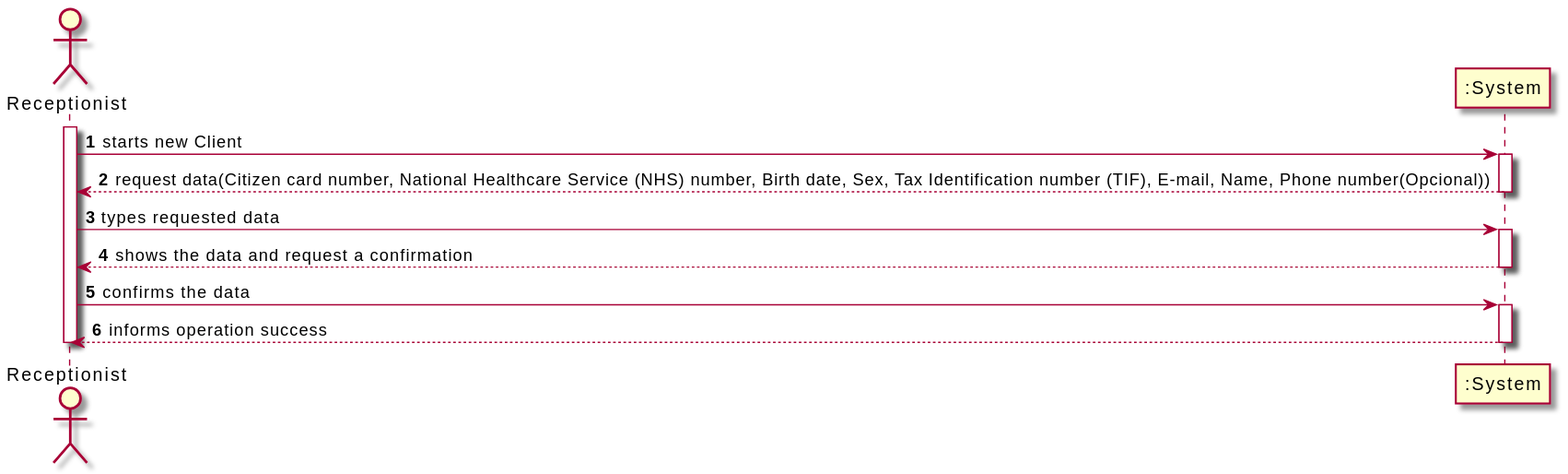
This is docs/SprintB/US3_RegisterClient/US003_SSD.svg from Pedromaia26/LAPR2-ISEP, a PlantUML export, as it was before one commit.
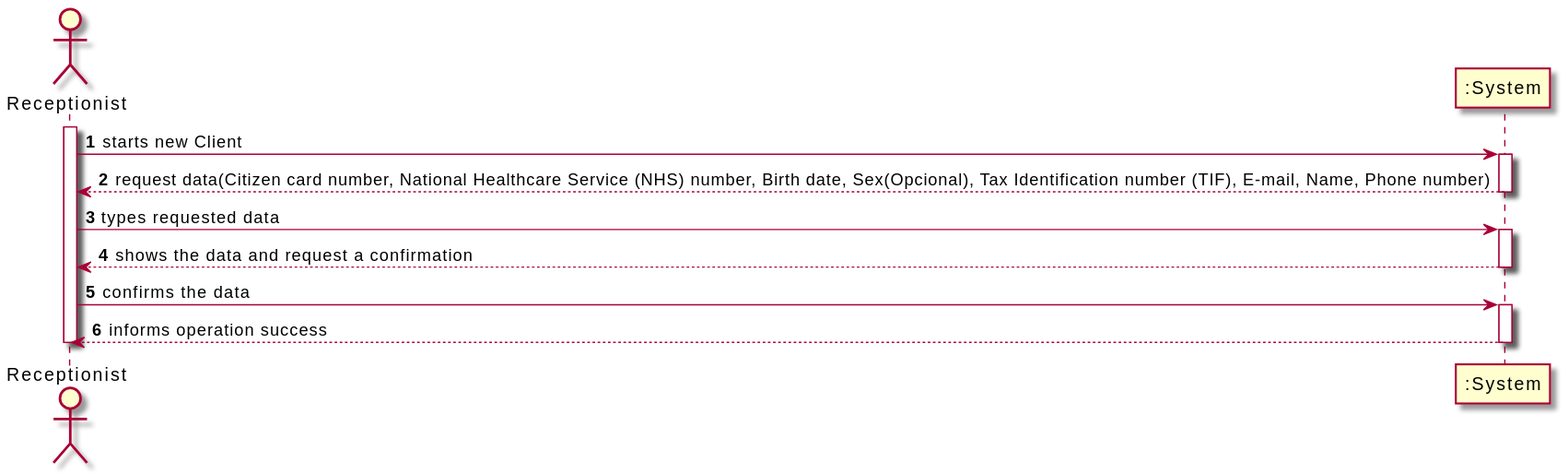
The same file after the commit.

What changed in the source:
```diff
@@ -6,7 +6,7 @@
 activate Adm
 Adm -> System: starts new Client
 activate System
-System --> Adm: request data(Citizen card number, National Healthcare Service (NHS) number, Birth date, Sex, Tax Identification number (TIF), E-mail, Name, Phone number(Opcional))
+System --> Adm: request data(Citizen card number, National Healthcare Service (NHS) number, Birth date, Sex(Opcional), Tax Identification number (TIF), E-mail, Name, Phone number)
 deactivate System
 Adm -> System: types requested data
 activate System
```
